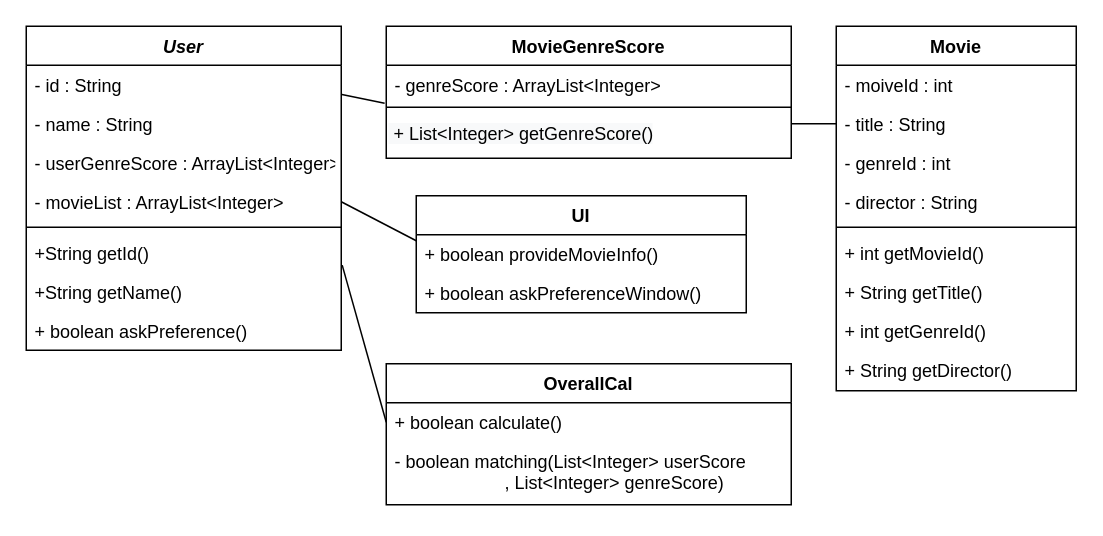
Before: UML.drawio in SoftwareEngineering-Gotcha/MovieRecommendation, a draw.io diagram. Source tidied: cells renumbered, new cells numbered last; positions are measured from the earlier drawing's top-left corner, leaving out a move shared by most shapes. Both pictures are drawn from the tidied source at 150%, with x=0, y=0 at pixel (26, 26).
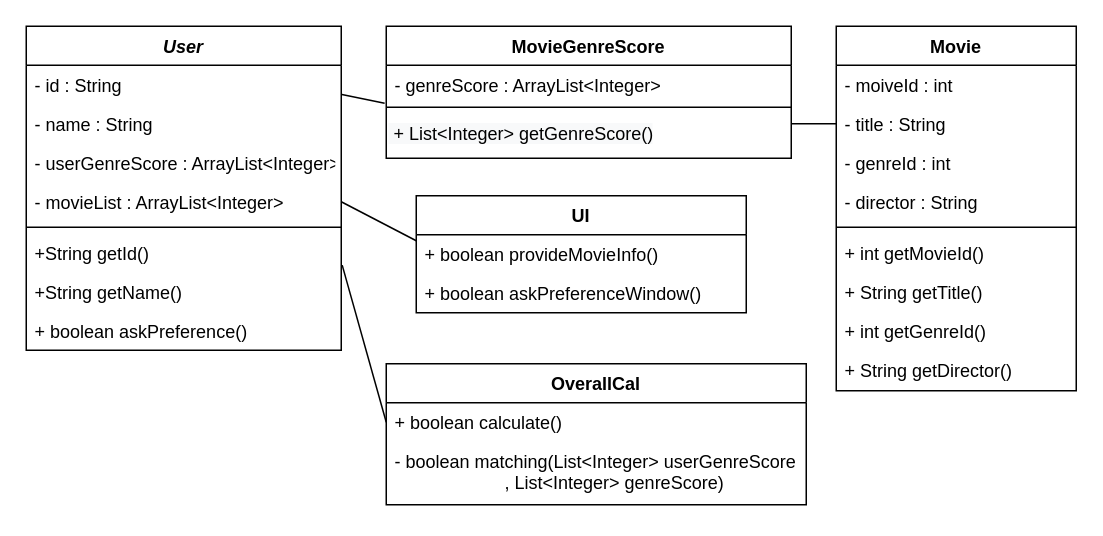
The same diagram, later.

Change to the diagram source:
```diff
@@
     <mxCell id="31" value="OverallCal" style="swimlane;fontStyle=1;align=center;verticalAlign=top;horizontal=1;startSize=26;" parent="1" vertex="1">
-      <mxGeometry x="240" y="225" width="270" height="94" as="geometry" />
+      <mxGeometry x="240" y="225" width="280" height="94" as="geometry" />
     </mxCell>
     <mxCell id="32" value="+ boolean calculate()" style="text;align=left;verticalAlign=top;spacingLeft=4;spacingRight=4;overflow=hidden;points=[[0,0.5],[1,0.5]];portConstraint=eastwest;" parent="31" vertex="1">
-      <mxGeometry y="26" width="270" height="26" as="geometry" />
+      <mxGeometry y="26" width="280" height="26" as="geometry" />
     </mxCell>
-    <mxCell id="33" value="- boolean matching(List&lt;Integer&gt; userScore&#10;                      , List&lt;Integer&gt; genreScore)&#10;" style="text;strokeColor=none;fillColor=none;align=left;verticalAlign=top;spacingLeft=4;spacingRight=4;overflow=hidden;" parent="31" vertex="1">
-      <mxGeometry y="52" width="270" height="42" as="geometry" />
+    <mxCell id="33" value="- boolean matching(List&lt;Integer&gt; userGenreScore&#10;                      , List&lt;Integer&gt; genreScore)&#10;" style="text;strokeColor=none;fillColor=none;align=left;verticalAlign=top;spacingLeft=4;spacingRight=4;overflow=hidden;" parent="31" vertex="1">
+      <mxGeometry y="52" width="280" height="42" as="geometry" />
     </mxCell>
```
